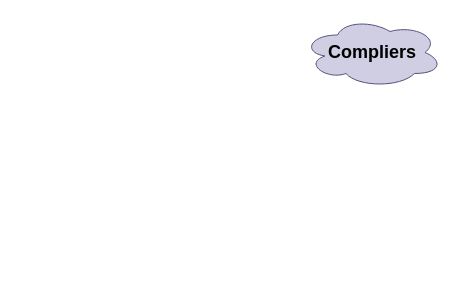
The draw.io diagram others/compilers/compliers.dio in knkrn5/Programming-Concepts, before the edit. Source tidied: cells renumbered, new cells numbered last; positions are measured from the earlier drawing's top-left corner, leaving out a move shared by most shapes. Both pictures are drawn from the tidied source at 100%, with x=0, y=0 at pixel (302, 17).
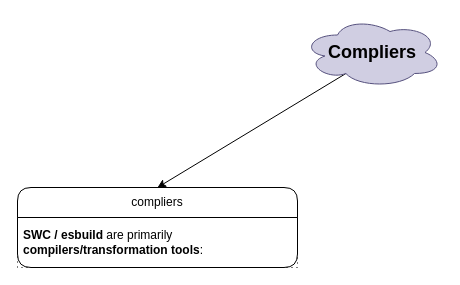
Above is the later version.

Commit message (it also covers changes not shown here):
Enhance bundlers and compilers diagrams with new elements and connections

Change to the diagram source:
```diff
@@
 <mxGraphModel background="#ffffff">
   <root>
     <mxCell id="0" />
     <mxCell id="1" parent="0" />
+    <mxCell id="3" style="edgeStyle=none;html=1;exitX=0.31;exitY=0.8;exitDx=0;exitDy=0;exitPerimeter=0;entryX=0.5;entryY=0;entryDx=0;entryDy=0;" parent="1" edge="1" source="2" target="4">
+      <mxGeometry relative="1" as="geometry" />
+    </mxCell>
     <mxCell id="2" value="&lt;font style=&quot;font-size: 18px;&quot;&gt;&lt;b&gt;Compliers&lt;/b&gt;&lt;/font&gt;" style="ellipse;shape=cloud;whiteSpace=wrap;html=1;fillColor=#d0cee2;strokeColor=#56517e;" parent="1" vertex="1">
       <mxGeometry width="140" height="70" as="geometry" />
     </mxCell>
+    <mxCell id="4" value="compliers" style="swimlane;fontStyle=0;horizontal=1;startSize=30;whiteSpace=wrap;html=1;rounded=1;" parent="1" vertex="1">
+      <mxGeometry x="-285" y="170" width="280" height="80" as="geometry" />
+    </mxCell>
+    <mxCell id="5" value="&lt;strong&gt;SWC / esbuild&lt;/strong&gt; are primarily &lt;strong&gt;compilers/transformation tools&lt;/strong&gt;:" style="text;strokeColor=default;fillColor=none;align=left;verticalAlign=middle;spacingLeft=4;spacingRight=4;overflow=hidden;whiteSpace=wrap;html=1;dashed=1;dashPattern=1 4;" parent="4" vertex="1">
+      <mxGeometry y="30" width="280" height="50" as="geometry" />
+    </mxCell>
   </root>
 </mxGraphModel>
```
